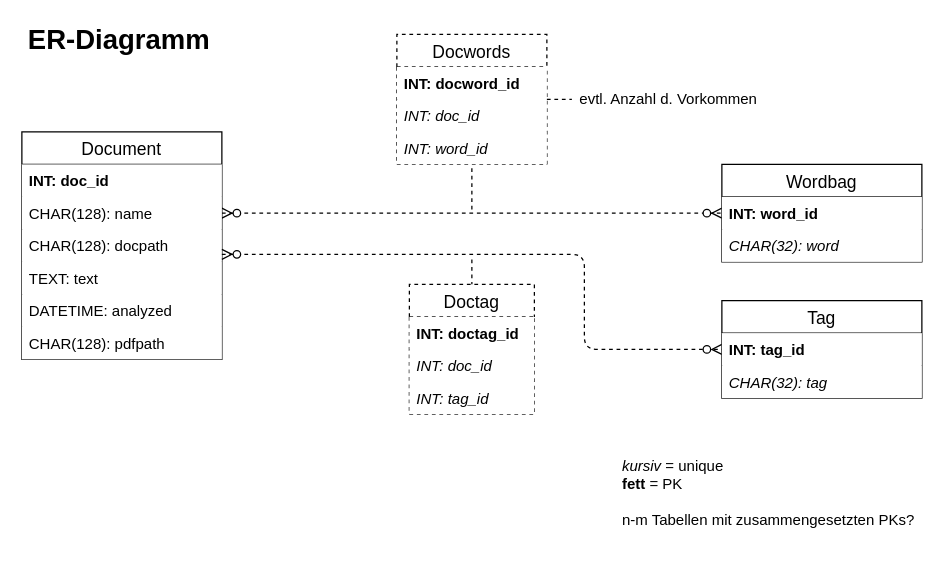
Before: page "ER-Diagramm" (3 of 3) of docs/Expose/resources/Diagramme/doc-ver_Diagramme.drawio in doc-ver/Doku, a draw.io diagram. Source tidied: cells renumbered, new cells numbered last; positions are measured from the earlier drawing's top-left corner, leaving out a move shared by most shapes. Both pictures are drawn from the tidied source at 125%, with x=0, y=0 at pixel (21, 21).
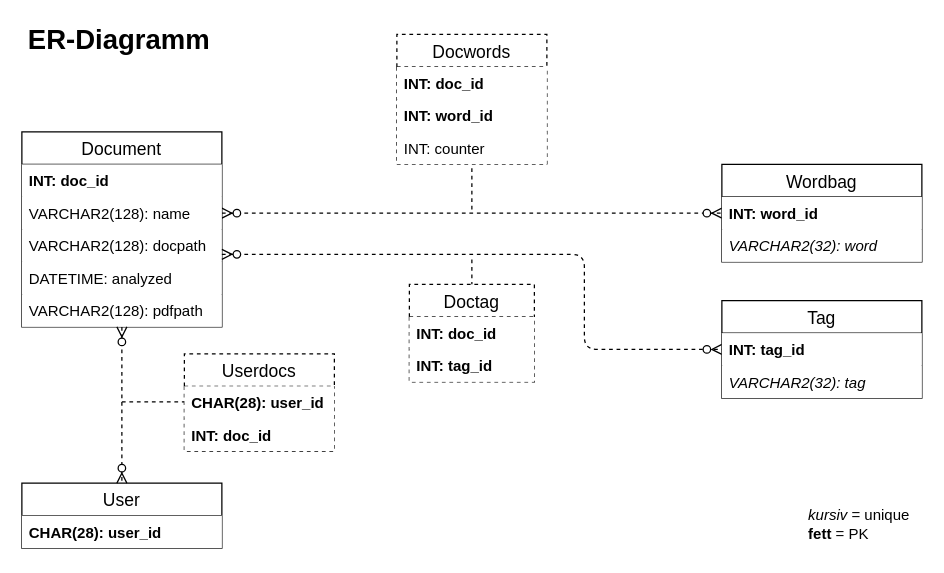
The same page after the edit.

Commit message (it also covers changes not shown here):
ER-Diagramm ueberarbeitet

Unchanged cells that the change refers to:
```xml
<mxCell id="11" value="Wordbag" style="swimlane;fontStyle=0;horizontal=1;startSize=26;align=center;fontSize=14;swimlaneLine=1;glass=0;" parent="1" vertex="1">
  <mxGeometry x="560" y="114" width="160" height="78" as="geometry" />
</mxCell>
<mxCell id="14" value="Docwords" style="swimlane;fontStyle=0;horizontal=1;startSize=26;align=center;fontSize=14;swimlaneLine=1;glass=0;dashed=1;" parent="1" vertex="1">
  <mxGeometry x="300" y="10" width="120" height="104" as="geometry" />
</mxCell>
<mxCell id="25" value="Tag" style="swimlane;fontStyle=0;horizontal=1;startSize=26;align=center;fontSize=14;swimlaneLine=1;glass=0;" parent="1" vertex="1">
  <mxGeometry x="560" y="223" width="160" height="78" as="geometry" />
</mxCell>
```

Change to the diagram source:
```diff
@@
     <mxCell id="4" value="Document" style="swimlane;fontStyle=0;horizontal=1;startSize=26;align=center;fontSize=14;swimlaneLine=1;glass=0;" parent="1" vertex="1">
-      <mxGeometry y="88" width="160" height="182" as="geometry" />
+      <mxGeometry y="88" width="160" height="156" as="geometry" />
     </mxCell>
@@
-    <mxCell id="6" value="CHAR(128): name" style="text;strokeColor=none;fillColor=#ffffff;spacingLeft=4;spacingRight=4;overflow=hidden;points=[[0,0.5],[1,0.5]];portConstraint=eastwest;fontSize=12;" parent="4" vertex="1">
+    <mxCell id="6" value="VARCHAR2(128): name" style="text;strokeColor=none;fillColor=#ffffff;spacingLeft=4;spacingRight=4;overflow=hidden;points=[[0,0.5],[1,0.5]];portConstraint=eastwest;fontSize=12;" parent="4" vertex="1">
       <mxGeometry y="52" width="160" height="26" as="geometry" />
     </mxCell>
-    <mxCell id="7" value="CHAR(128): docpath" style="text;strokeColor=none;fillColor=#ffffff;spacingLeft=4;spacingRight=4;overflow=hidden;points=[[0,0.5],[1,0.5]];portConstraint=eastwest;fontSize=12;" parent="4" vertex="1">
+    <mxCell id="7" value="VARCHAR2(128): docpath" style="text;strokeColor=none;fillColor=#ffffff;spacingLeft=4;spacingRight=4;overflow=hidden;points=[[0,0.5],[1,0.5]];portConstraint=eastwest;fontSize=12;" parent="4" vertex="1">
       <mxGeometry y="78" width="160" height="26" as="geometry" />
     </mxCell>
-    <mxCell id="8" value="TEXT: text" style="text;strokeColor=none;fillColor=#ffffff;spacingLeft=4;spacingRight=4;overflow=hidden;fontSize=12;" parent="4" vertex="1">
-      <mxGeometry y="104" width="160" height="26" as="geometry" />
-    </mxCell>
     <mxCell id="9" value="DATETIME: analyzed" style="text;strokeColor=none;fillColor=#ffffff;spacingLeft=4;spacingRight=4;overflow=hidden;fontSize=12;" parent="4" vertex="1">
-      <mxGeometry y="130" width="160" height="26" as="geometry" />
+      <mxGeometry y="104" width="160" height="26" as="geometry" />
     </mxCell>
-    <mxCell id="10" value="CHAR(128): pdfpath" style="text;strokeColor=none;fillColor=#ffffff;spacingLeft=4;spacingRight=4;overflow=hidden;fontSize=12;" parent="4" vertex="1">
-      <mxGeometry y="156" width="160" height="26" as="geometry" />
+    <mxCell id="10" value="VARCHAR2(128): pdfpath" style="text;strokeColor=none;fillColor=#ffffff;spacingLeft=4;spacingRight=4;overflow=hidden;fontSize=12;" parent="4" vertex="1">
+      <mxGeometry y="130" width="160" height="26" as="geometry" />
     </mxCell>
@@
-    <mxCell id="13" value="CHAR(32): word" style="text;strokeColor=none;fillColor=#ffffff;spacingLeft=4;spacingRight=4;overflow=hidden;fontSize=12;fontStyle=2;" parent="11" vertex="1">
+    <mxCell id="13" value="VARCHAR2(32): word" style="text;strokeColor=none;fillColor=#ffffff;spacingLeft=4;spacingRight=4;overflow=hidden;fontSize=12;fontStyle=2;" parent="11" vertex="1">
       <mxGeometry y="52" width="160" height="26" as="geometry" />
     </mxCell>
@@
-    <mxCell id="15" value="INT: docword_id" style="text;spacingLeft=4;spacingRight=4;overflow=hidden;fontSize=12;fontStyle=1;fillColor=#ffffff;" parent="14" vertex="1">
-      <mxGeometry y="26" width="120" height="26" as="geometry" />
-    </mxCell>
-    <mxCell id="16" value="INT: doc_id" style="text;strokeColor=none;fillColor=#ffffff;spacingLeft=4;spacingRight=4;overflow=hidden;fontSize=12;fontStyle=2;" parent="14" vertex="1">
-      <mxGeometry y="52" width="120" height="26" as="geometry" />
+    <mxCell id="16" value="INT: doc_id" style="text;strokeColor=none;fillColor=#ffffff;spacingLeft=4;spacingRight=4;overflow=hidden;fontSize=12;fontStyle=1;" parent="14" vertex="1">
+      <mxGeometry y="26" width="120" height="26" as="geometry" />
     </mxCell>
-    <mxCell id="17" value="INT: word_id" style="text;strokeColor=none;fillColor=#ffffff;spacingLeft=4;spacingRight=4;overflow=hidden;fontSize=12;fontStyle=2;" parent="14" vertex="1">
-      <mxGeometry y="78" width="120" height="26" as="geometry" />
+    <mxCell id="17" value="INT: word_id" style="text;strokeColor=none;fillColor=#ffffff;spacingLeft=4;spacingRight=4;overflow=hidden;fontSize=12;fontStyle=1;" parent="14" vertex="1">
+      <mxGeometry y="52" width="120" height="26" as="geometry" />
     </mxCell>
+    <mxCell id="31" value="INT: counter" style="text;strokeColor=none;fillColor=#ffffff;spacingLeft=4;spacingRight=4;overflow=hidden;fontSize=12;fontStyle=0;" parent="14" vertex="1">
+      <mxGeometry y="78" width="120" height="26" as="geometry" />
+    </mxCell>
@@
     <mxCell id="21" value="Doctag" style="swimlane;fontStyle=0;horizontal=1;startSize=26;align=center;fontSize=14;swimlaneLine=1;glass=0;dashed=1;" parent="1" vertex="1">
-      <mxGeometry x="310" y="210" width="100" height="104" as="geometry" />
+      <mxGeometry x="310" y="210" width="100" height="78" as="geometry" />
     </mxCell>
-    <mxCell id="22" value="INT: doctag_id" style="text;spacingLeft=4;spacingRight=4;overflow=hidden;fontSize=12;fontStyle=1;fillColor=#ffffff;" parent="21" vertex="1">
-      <mxGeometry y="26" width="100" height="26" as="geometry" />
-    </mxCell>
-    <mxCell id="23" value="INT: doc_id" style="text;strokeColor=none;fillColor=#ffffff;spacingLeft=4;spacingRight=4;overflow=hidden;fontSize=12;fontStyle=2;" parent="21" vertex="1">
-      <mxGeometry y="52" width="100" height="26" as="geometry" />
+    <mxCell id="23" value="INT: doc_id" style="text;strokeColor=none;fillColor=#ffffff;spacingLeft=4;spacingRight=4;overflow=hidden;fontSize=12;fontStyle=1;" parent="21" vertex="1">
+      <mxGeometry y="26" width="100" height="26" as="geometry" />
     </mxCell>
-    <mxCell id="24" value="INT: tag_id" style="text;strokeColor=none;fillColor=#ffffff;spacingLeft=4;spacingRight=4;overflow=hidden;fontSize=12;fontStyle=2;" parent="21" vertex="1">
-      <mxGeometry y="78" width="100" height="26" as="geometry" />
+    <mxCell id="24" value="INT: tag_id" style="text;strokeColor=none;fillColor=#ffffff;spacingLeft=4;spacingRight=4;overflow=hidden;fontSize=12;fontStyle=1;" parent="21" vertex="1">
+      <mxGeometry y="52" width="100" height="26" as="geometry" />
     </mxCell>
@@
-    <mxCell id="27" value="CHAR(32): tag" style="text;strokeColor=none;fillColor=#ffffff;spacingLeft=4;spacingRight=4;overflow=hidden;fontSize=12;fontStyle=2;" parent="25" vertex="1">
+    <mxCell id="27" value="VARCHAR2(32): tag" style="text;strokeColor=none;fillColor=#ffffff;spacingLeft=4;spacingRight=4;overflow=hidden;fontSize=12;fontStyle=2;" parent="25" vertex="1">
       <mxGeometry y="52" width="160" height="26" as="geometry" />
     </mxCell>
-    <mxCell id="28" value="&lt;div style=&quot;text-align: left&quot;&gt;&lt;span&gt;&lt;i&gt;kursiv &lt;/i&gt;= unique&lt;/span&gt;&lt;/div&gt;&lt;div style=&quot;text-align: left&quot;&gt;&lt;span&gt;&lt;b&gt;fett &lt;/b&gt;= PK&lt;/span&gt;&lt;/div&gt;&lt;div style=&quot;text-align: left&quot;&gt;&lt;span&gt;&lt;br&gt;&lt;/span&gt;&lt;/div&gt;&lt;div style=&quot;text-align: left&quot;&gt;&lt;span&gt;n-m Tabellen mit zusammengesetzten PKs?&lt;/span&gt;&lt;/div&gt;" style="text;html=1;strokeColor=none;fillColor=none;align=center;verticalAlign=middle;whiteSpace=wrap;rounded=0;glass=0;dashed=1;" parent="1" vertex="1">
-      <mxGeometry x="475" y="344" width="245" height="66" as="geometry" />
+    <mxCell id="28" value="&lt;div style=&quot;text-align: left&quot;&gt;&lt;span&gt;&lt;i&gt;kursiv &lt;/i&gt;= unique&lt;/span&gt;&lt;/div&gt;&lt;div style=&quot;text-align: left&quot;&gt;&lt;span&gt;&lt;b&gt;fett &lt;/b&gt;= PK&lt;/span&gt;&lt;/div&gt;" style="text;html=1;strokeColor=none;fillColor=none;align=center;verticalAlign=middle;whiteSpace=wrap;rounded=0;glass=0;dashed=1;" parent="1" vertex="1">
+      <mxGeometry x="625" y="387" width="90" height="30" as="geometry" />
     </mxCell>
-    <mxCell id="29" value="evtl. Anzahl d. Vorkommen" style="text;html=1;strokeColor=none;fillColor=none;align=center;verticalAlign=middle;whiteSpace=wrap;rounded=0;dashed=1;" parent="1" vertex="1">
-      <mxGeometry x="440" y="52" width="155" height="20" as="geometry" />
-    </mxCell>
-    <mxCell id="30" style="endArrow=none;dashed=1;html=1;entryX=0;entryY=0.5;entryDx=0;entryDy=0;exitX=1;exitY=0.5;exitDx=0;exitDy=0;" parent="1" edge="1" source="14" target="29">
-      <mxGeometry relative="1" as="geometry" />
-    </mxCell>
+    <mxCell id="32" value="User" style="swimlane;fontStyle=0;horizontal=1;startSize=26;align=center;fontSize=14;swimlaneLine=1;glass=0;" parent="1" vertex="1">
+      <mxGeometry y="369" width="160" height="52" as="geometry" />
+    </mxCell>
+    <mxCell id="33" value="CHAR(28): user_id" style="text;spacingLeft=4;spacingRight=4;overflow=hidden;fontSize=12;fontStyle=1;fillColor=#ffffff;" parent="32" vertex="1">
+      <mxGeometry y="26" width="160" height="26" as="geometry" />
+    </mxCell>
+    <mxCell id="34" style="fontSize=12;html=1;endArrow=ERzeroToMany;endFill=1;startArrow=ERzeroToMany;exitX=0.5;exitY=1;exitDx=0;exitDy=0;dashed=1;entryX=0.5;entryY=0;entryDx=0;entryDy=0;" parent="1" edge="1" source="4" target="32">
+      <mxGeometry relative="1" as="geometry">
+        <Array as="points">
+          <mxPoint x="80" y="320" />
+        </Array>
+      </mxGeometry>
+    </mxCell>
+    <mxCell id="35" style="endArrow=none;dashed=1;html=1;entryX=0;entryY=0.5;entryDx=0;entryDy=0;" parent="1" edge="1">
+      <mxGeometry relative="1" as="geometry">
+        <mxPoint x="80" y="304" as="sourcePoint" />
+        <mxPoint x="160" y="304" as="targetPoint" />
+      </mxGeometry>
+    </mxCell>
+    <mxCell id="36" value="Userdocs" style="swimlane;fontStyle=0;horizontal=1;startSize=26;align=center;fontSize=14;swimlaneLine=1;glass=0;dashed=1;" parent="1" vertex="1">
+      <mxGeometry x="130" y="265.5" width="120" height="78" as="geometry" />
+    </mxCell>
+    <mxCell id="37" value="CHAR(28): user_id" style="text;strokeColor=none;fillColor=#ffffff;spacingLeft=4;spacingRight=4;overflow=hidden;fontSize=12;fontStyle=1;" parent="36" vertex="1">
+      <mxGeometry y="26" width="120" height="26" as="geometry" />
+    </mxCell>
+    <mxCell id="38" value="INT: doc_id" style="text;strokeColor=none;fillColor=#ffffff;spacingLeft=4;spacingRight=4;overflow=hidden;fontSize=12;fontStyle=1;" parent="36" vertex="1">
+      <mxGeometry y="52" width="120" height="26" as="geometry" />
+    </mxCell>
```
